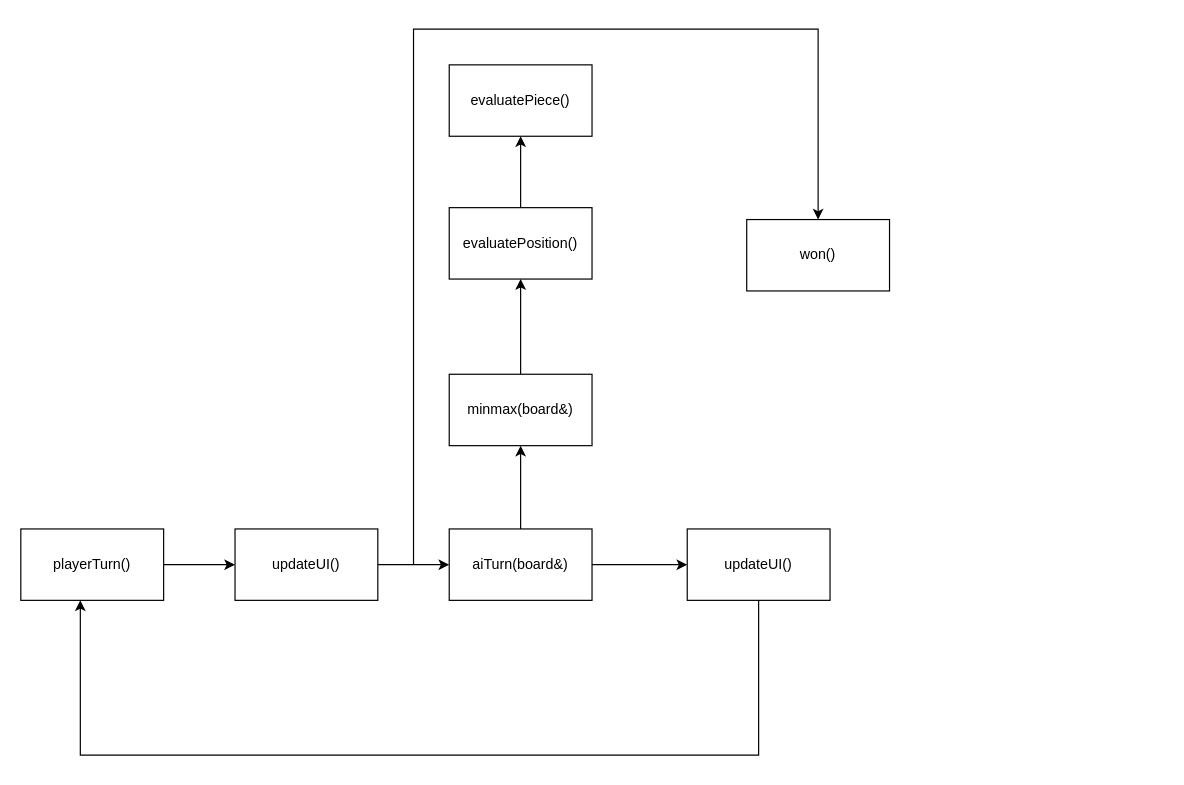
The draw.io diagram proiect.drawio in Aersuy/Calculator, before the edit. Source tidied: cells renumbered, new cells numbered last; positions are measured from the earlier drawing's top-left corner, leaving out a move shared by most shapes. Both pictures are drawn from the tidied source at 119%, with x=0, y=0 at pixel (20, 29).
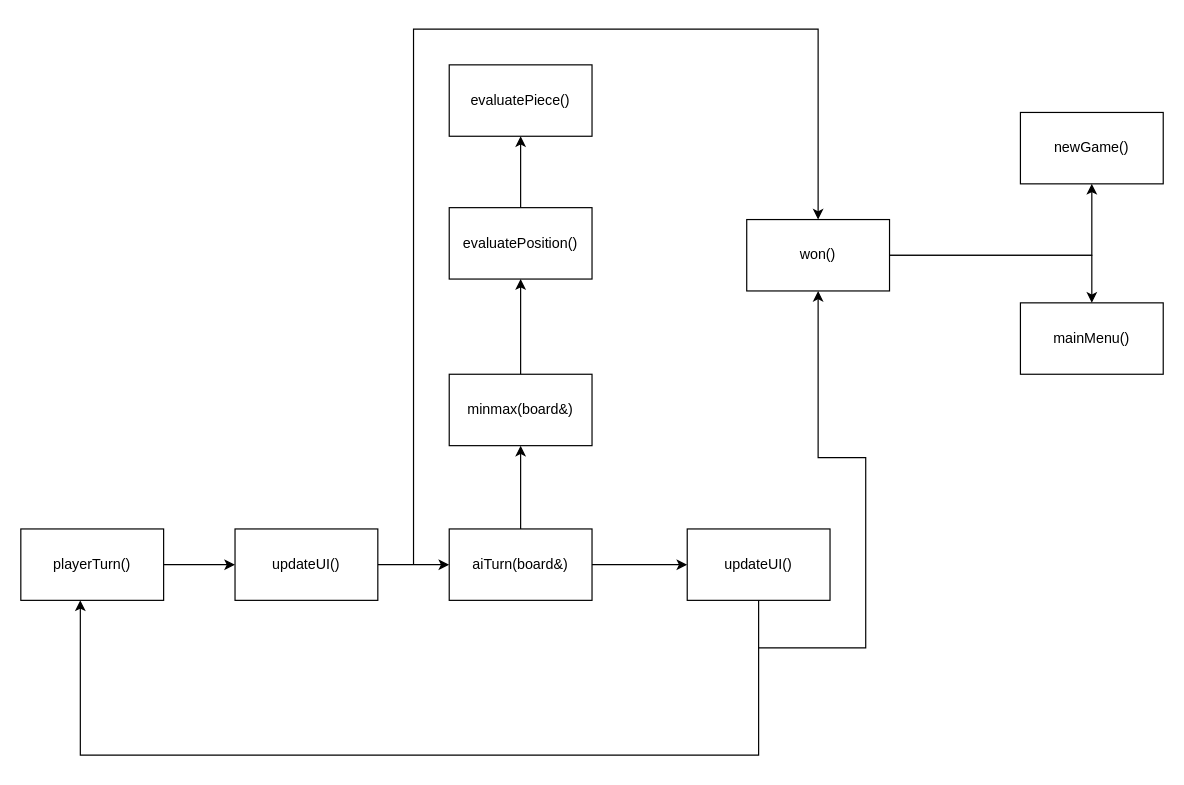
Above is the later version.

Unchanged cells that the change refers to:
```xml
<mxCell id="16" value="won()" style="rounded=0;whiteSpace=wrap;html=1;" parent="1" vertex="1">
  <mxGeometry x="610" y="160" width="120" height="60" as="geometry" />
</mxCell>
```

What changed in the source:
```diff
@@
+    <mxCell id="18" style="endArrow=classic;html=1;rounded=0;entryX=0.5;entryY=1;entryDx=0;entryDy=0;" parent="1" edge="1" target="16">
+      <mxGeometry relative="1" as="geometry">
+        <mxPoint x="620" y="520" as="sourcePoint" />
+        <Array as="points">
+          <mxPoint x="710" y="520" />
+          <mxPoint x="710" y="360" />
+          <mxPoint x="670" y="360" />
+        </Array>
+      </mxGeometry>
+    </mxCell>
+    <mxCell id="19" value="newGame()" style="rounded=0;whiteSpace=wrap;html=1;" parent="1" vertex="1">
+      <mxGeometry x="840" y="70" width="120" height="60" as="geometry" />
+    </mxCell>
+    <mxCell id="20" value="mainMenu()" style="rounded=0;whiteSpace=wrap;html=1;" parent="1" vertex="1">
+      <mxGeometry x="840" y="230" width="120" height="60" as="geometry" />
+    </mxCell>
+    <mxCell id="21" style="endArrow=classic;html=1;rounded=0;exitX=1;exitY=0.5;exitDx=0;exitDy=0;entryX=0.5;entryY=1;entryDx=0;entryDy=0;" parent="1" edge="1" source="16" target="19">
+      <mxGeometry relative="1" as="geometry">
+        <Array as="points">
+          <mxPoint x="900" y="190" />
+        </Array>
+      </mxGeometry>
+    </mxCell>
+    <mxCell id="22" style="endArrow=classic;html=1;rounded=0;exitX=1;exitY=0.5;exitDx=0;exitDy=0;entryX=0.5;entryY=0;entryDx=0;entryDy=0;" parent="1" edge="1" source="16" target="20">
+      <mxGeometry relative="1" as="geometry">
+        <Array as="points">
+          <mxPoint x="900" y="190" />
+        </Array>
+      </mxGeometry>
+    </mxCell>
```
